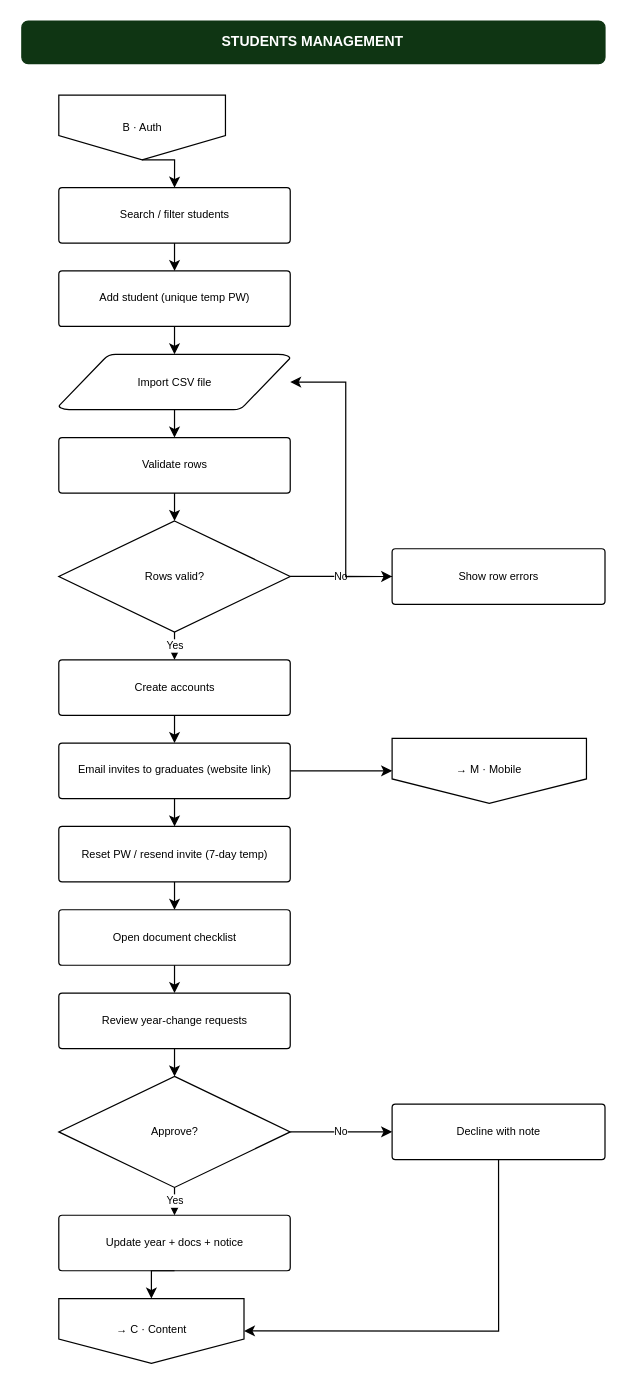
Earlier version of the draw.io diagram page "Admin — Students" (3 of 7) of docs/reunio-admin-flow.drawio (dibidjims17/Alumni-System). Source tidied: cells renumbered, new cells numbered last; positions are measured from the earlier drawing's top-left corner, leaving out a move shared by most shapes. Both pictures are drawn from the tidied source at 122%, with x=0, y=0 at pixel (21, 21).
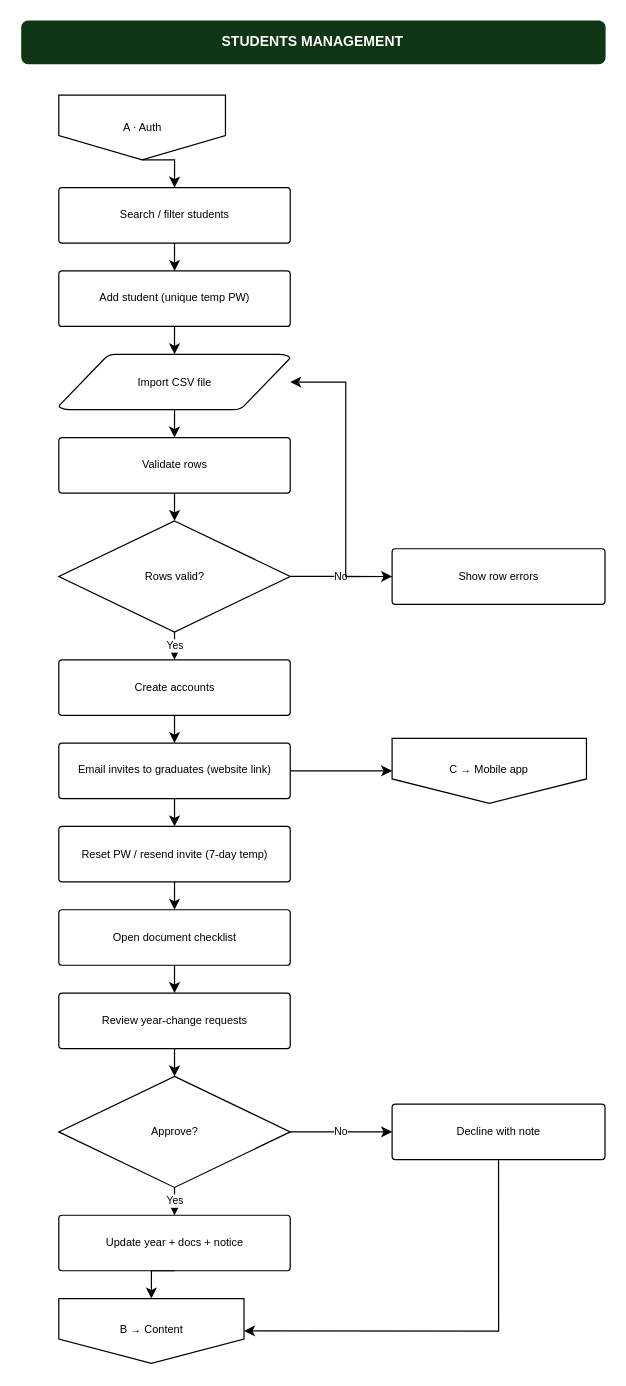
The same page after the edit.

What changed in the source:
```diff
@@
-    <mxCell id="3" value="B · Auth" style="shape=offPageConnector;whiteSpace=wrap;html=1;fontSize=9;" parent="1" vertex="1">
+    <mxCell id="3" value="A · Auth" style="shape=offPageConnector;whiteSpace=wrap;html=1;fontSize=9;" parent="1" vertex="1">
       <mxGeometry x="30.7" y="60.5" width="136.6" height="53.1" as="geometry" />
     </mxCell>
@@
-    <mxCell id="12" value="→ M · Mobile" style="shape=offPageConnector;whiteSpace=wrap;html=1;fontSize=9;" parent="1" vertex="1">
+    <mxCell id="12" value="C → Mobile app" style="shape=offPageConnector;whiteSpace=wrap;html=1;fontSize=9;" parent="1" vertex="1">
       <mxGeometry x="303.9" y="587.8" width="159.3" height="53.1" as="geometry" />
     </mxCell>
@@
-    <mxCell id="19" value="→ C · Content" style="shape=offPageConnector;whiteSpace=wrap;html=1;fontSize=9;" parent="1" vertex="1">
+    <mxCell id="19" value="B → Content" style="shape=offPageConnector;whiteSpace=wrap;html=1;fontSize=9;" parent="1" vertex="1">
       <mxGeometry x="30.7" y="1046.9" width="151.8" height="53.1" as="geometry" />
     </mxCell>
```
